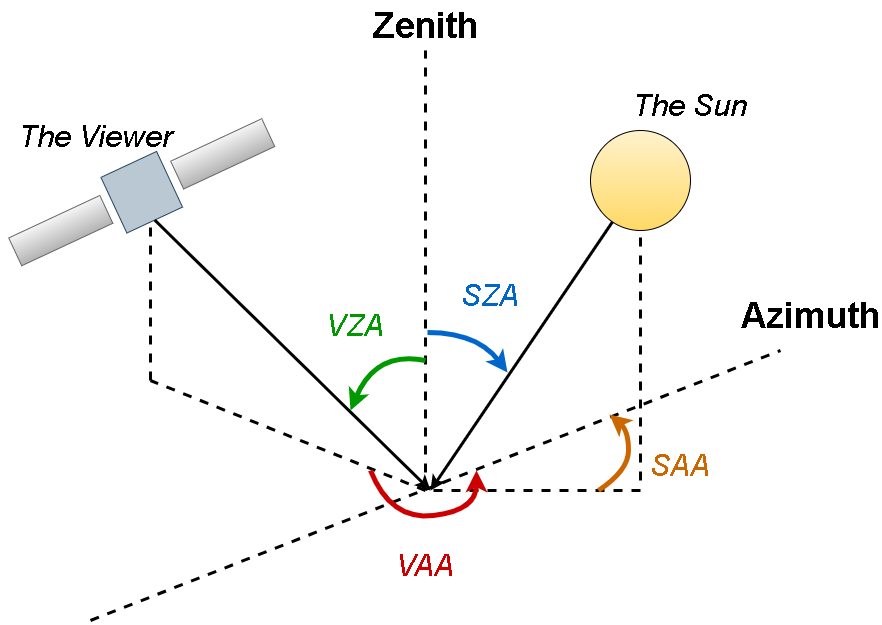
Before: diagrams/Angles Diagram.png, a diagram exported from draw.io (Yerlan999/CowsGPSTracker-KazATU). Source tidied: cells renumbered, new cells last; positions are measured from the earlier drawing's top-left corner, leaving out a move shared by most shapes.
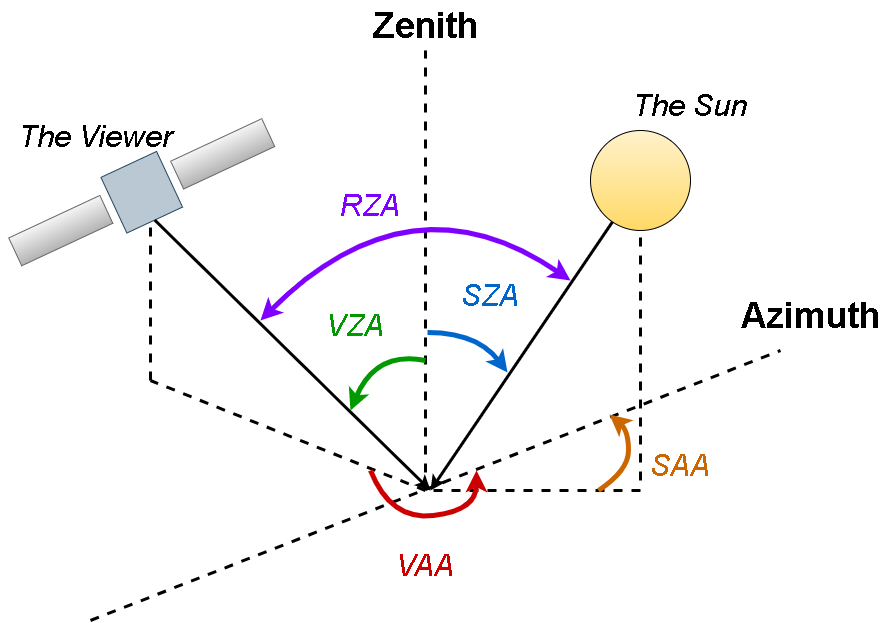
The same file after the commit.

The edit, as a diff of the source:
```diff
@@ -120,5 +120,17 @@
         </Array>
       </mxGeometry>
     </mxCell>
+    <mxCell id="26" style="curved=1;endArrow=classic;html=1;strokeWidth=5;noLabel=1;fontColor=none;startArrow=classic;startFill=1;strokeColor=#7F00FF;" parent="1" edge="1">
+      <mxGeometry relative="1" as="geometry">
+        <mxPoint x="570" y="280" as="sourcePoint" />
+        <mxPoint x="260" y="320" as="targetPoint" />
+        <Array as="points">
+          <mxPoint x="410" y="170" />
+        </Array>
+      </mxGeometry>
+    </mxCell>
+    <mxCell id="27" value="&lt;font size=&quot;1&quot; color=&quot;#7f00ff&quot;&gt;&lt;i style=&quot;font-size: 30px&quot;&gt;RZA&lt;/i&gt;&lt;/font&gt;" style="text;html=1;strokeColor=none;fillColor=none;align=center;verticalAlign=middle;whiteSpace=wrap;rounded=0;fontColor=#009900;" parent="1" vertex="1">
+      <mxGeometry x="300" y="180" width="140" height="50" as="geometry" />
+    </mxCell>
   </root>
 </mxGraphModel>
```
